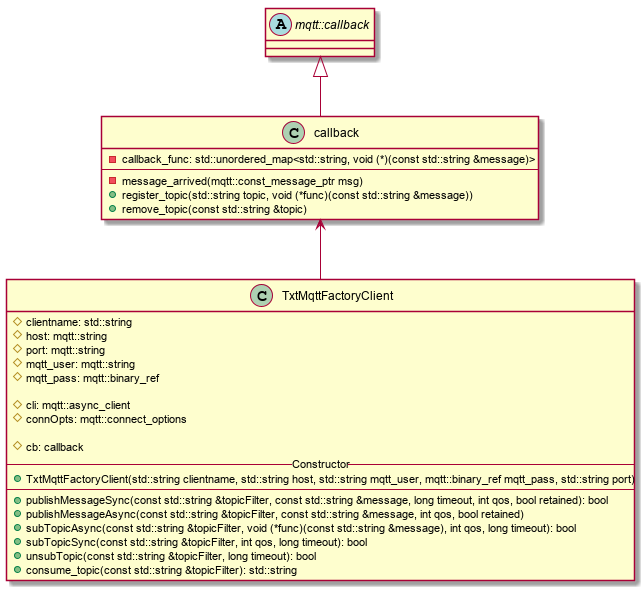
This is documentation/mqtt_client.png from SchmidJoel/FischertechnikTXTApi, a PlantUML export, as it was before one commit. Source of this version:
```plantuml
@startuml mqtt
class TxtMqttFactoryClient {
    #clientname: std::string
	#host: mqtt::string
	#port: mqtt::string
	#mqtt_user: mqtt::string
	#mqtt_pass: mqtt::binary_ref

	#cli: mqtt::async_client
	#connOpts: mqtt::connect_options

	#cb: callback
    --Constructor--
    +TxtMqttFactoryClient(std::string clientname, std::string host, std::string mqtt_user, mqtt::binary_ref mqtt_pass, std::string port)
    ----
    +publishMessageSync(const std::string &topicFilter, const std::string &message, long timeout, int qos, bool retained): bool
    +publishMessageAsync(const std::string &topicFilter, const std::string &message, int qos, bool retained)
    +subTopicAsync(const std::string &topicFilter, void (*func)(const std::string &message), int qos, long timeout): bool
    +subTopicSync(const std::string &topicFilter, int qos, long timeout): bool
    +unsubTopic(const std::string &topicFilter, long timeout): bool
    +consume_topic(const std::string &topicFilter): std::string
}

class callback {
    -callback_func: std::unordered_map<std::string, void (*)(const std::string &message)>
    ----
    -message_arrived(mqtt::const_message_ptr msg)
    +register_topic(std::string topic, void (*func)(const std::string &message))
    +remove_topic(const std::string &topic)
}

abstract class mqtt::callback

mqtt::callback <|-- callback

callback <-- TxtMqttFactoryClient
@enduml
```
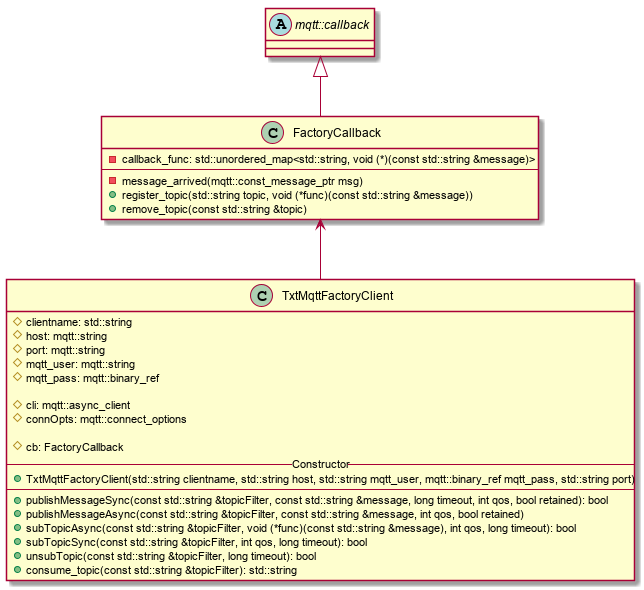
After the change.

Commit message:
add retained mqtt messages

Change to the diagram source:
```diff
@@ -1,4 +1,4 @@
-@startuml mqtt
+@startuml mqtt_client
 class TxtMqttFactoryClient {
     #clientname: std::string
 	#host: mqtt::string
@@ -9,7 +9,7 @@
 	#cli: mqtt::async_client
 	#connOpts: mqtt::connect_options
 
-	#cb: callback
+	#cb: FactoryCallback
     --Constructor--
     +TxtMqttFactoryClient(std::string clientname, std::string host, std::string mqtt_user, mqtt::binary_ref mqtt_pass, std::string port)
     ----
@@ -21,7 +21,7 @@
     +consume_topic(const std::string &topicFilter): std::string
 }
 
-class callback {
+class FactoryCallback {
     -callback_func: std::unordered_map<std::string, void (*)(const std::string &message)>
     ----
     -message_arrived(mqtt::const_message_ptr msg)
@@ -31,7 +31,7 @@
 
 abstract class mqtt::callback
 
-mqtt::callback <|-- callback
+mqtt::callback <|-- FactoryCallback
 
-callback <-- TxtMqttFactoryClient
+FactoryCallback <-- TxtMqttFactoryClient
 @enduml
```
